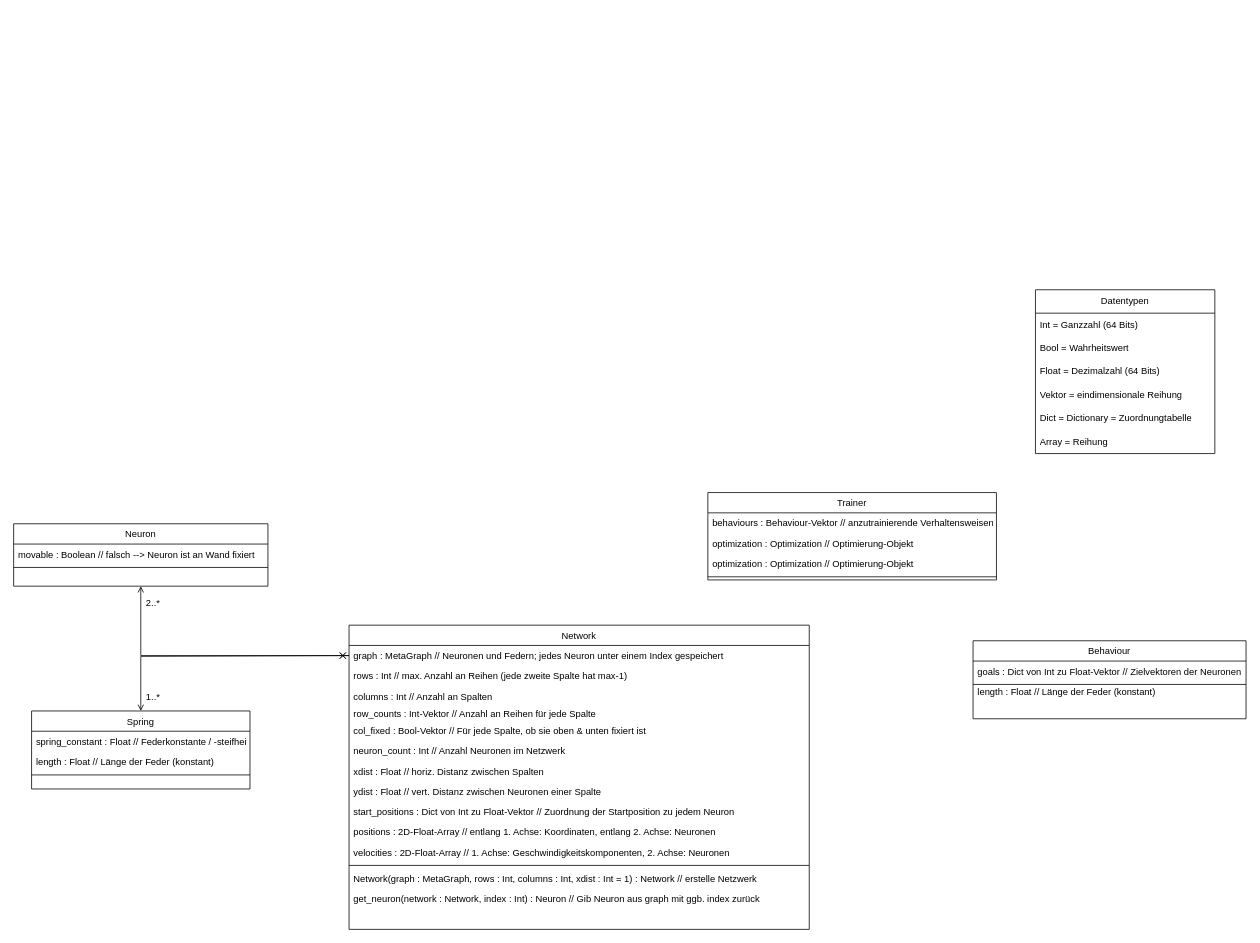
The draw.io diagram page "Page-2" (2 of 2) of projektskizze/bilder/Unbenanntes Diagramm.drawio in Alexander-Reimer/Simulation-of-MNNs, before the edit. Source tidied: cells renumbered, new cells numbered last; positions are measured from the earlier drawing's top-left corner, leaving out a move shared by most shapes. Both pictures are drawn from the tidied source at 78%, with x=0, y=0 at pixel (13, 289).
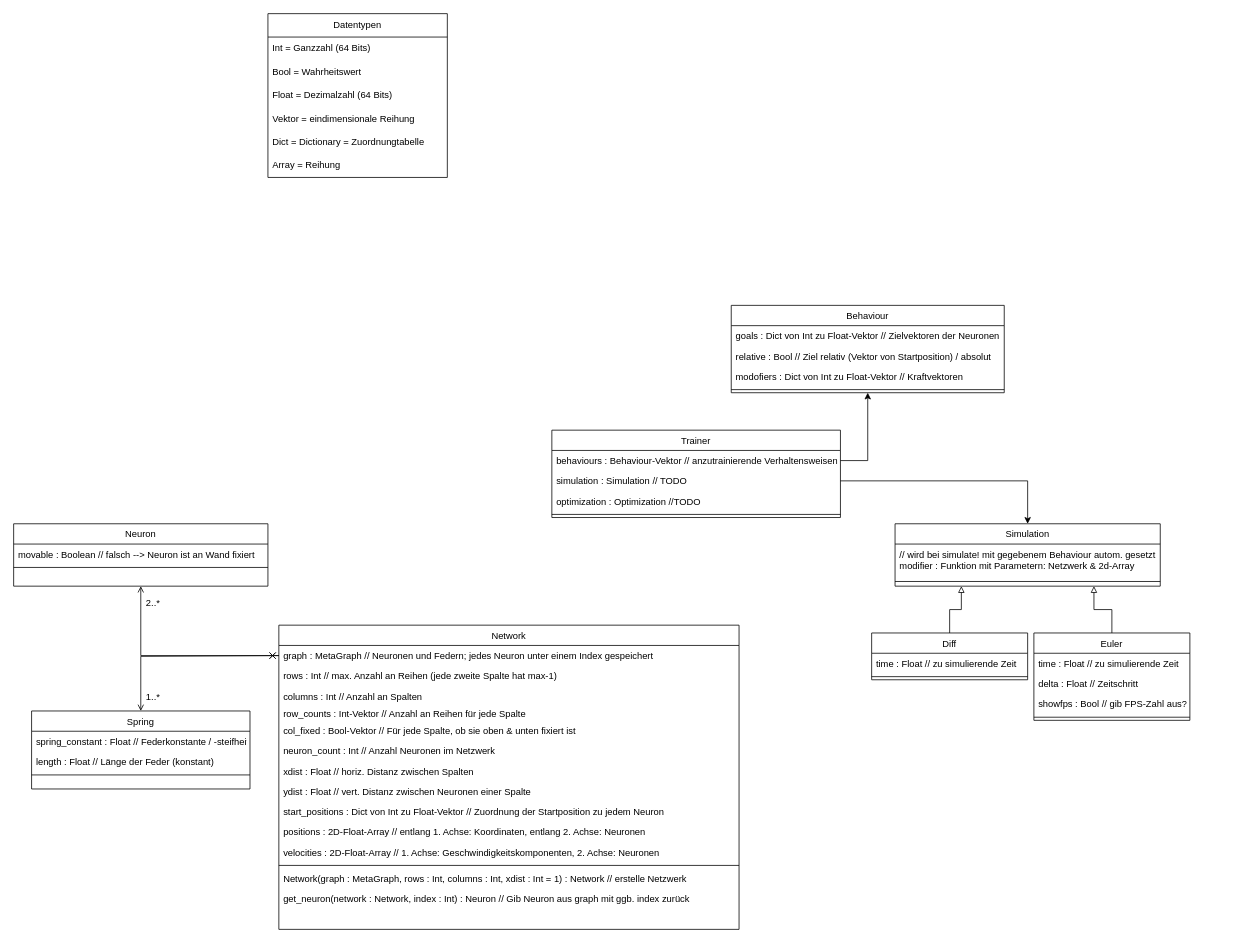
The same diagram, later.

Commit message:
addes imulation

The change refers to these unchanged cells:
```xml
<mxCell id="41" value="behaviours : Behaviour-Vektor // anzutrainierende Verhaltensweisen" style="text;align=left;verticalAlign=top;spacingLeft=4;spacingRight=4;overflow=hidden;points=[[0,0.5],[1,0.5]];portConstraint=eastwest;" parent="40" vertex="1">
  <mxGeometry y="26" width="370" height="26" as="geometry" />
</mxCell>
```

The edit, as a diff of the source:
```diff
@@
     <mxCell id="2" value="Network" style="swimlane;fontStyle=0;align=center;verticalAlign=top;horizontal=1;startSize=26;rounded=0;shadow=0;strokeWidth=1;" parent="1" vertex="1">
-      <mxGeometry x="430" y="430" width="590" height="390" as="geometry" />
+      <mxGeometry x="340" y="430" width="590" height="390" as="geometry" />
     </mxCell>
@@
     <mxCell id="30" value="Datentypen" style="swimlane;fontStyle=0;horizontal=1;startSize=30;whiteSpace=wrap;html=1;" parent="1" vertex="1">
-      <mxGeometry x="1310" width="230" height="210" as="geometry" />
+      <mxGeometry x="326" y="-354" width="230" height="210" as="geometry" />
     </mxCell>
@@
     <mxCell id="37" value="Behaviour" style="swimlane;fontStyle=0;align=center;verticalAlign=top;horizontal=1;startSize=26;rounded=0;shadow=0;strokeWidth=1;" parent="1" vertex="1">
-      <mxGeometry x="1230" y="450" width="350" height="100" as="geometry" />
+      <mxGeometry x="920" y="20" width="350" height="112" as="geometry" />
     </mxCell>
@@
+    <mxCell id="45" value="relative : Bool // Ziel relativ (Vektor von Startposition) / absolut" style="text;align=left;verticalAlign=top;spacingLeft=4;spacingRight=4;overflow=hidden;" parent="37" vertex="1">
+      <mxGeometry y="52" width="350" height="26" as="geometry" />
+    </mxCell>
+    <mxCell id="46" value="modofiers : Dict von Int zu Float-Vektor // Kraftvektoren" style="text;align=left;verticalAlign=top;spacingLeft=4;spacingRight=4;overflow=hidden;" parent="37" vertex="1">
+      <mxGeometry y="78" width="350" height="26" as="geometry" />
+    </mxCell>
     <mxCell id="39" style="line;html=1;strokeWidth=1;align=left;verticalAlign=middle;spacingTop=-1;spacingLeft=3;spacingRight=3;labelPosition=right;" parent="37" vertex="1">
-      <mxGeometry y="52" width="350" height="8" as="geometry" />
+      <mxGeometry y="104" width="350" height="8" as="geometry" />
     </mxCell>
     <mxCell id="40" value="Trainer" style="swimlane;fontStyle=0;align=center;verticalAlign=top;horizontal=1;startSize=26;rounded=0;shadow=0;strokeWidth=1;" parent="1" vertex="1">
-      <mxGeometry x="890" y="260" width="370" height="112" as="geometry" />
+      <mxGeometry x="690" y="180" width="370" height="112" as="geometry" />
     </mxCell>
@@
-    <mxCell id="42" value="optimization : Optimization // Optimierung-Objekt" style="text;align=left;verticalAlign=top;spacingLeft=4;spacingRight=4;overflow=hidden;points=[[0,0.5],[1,0.5]];portConstraint=eastwest;" parent="40" vertex="1">
+    <mxCell id="42" value="simulation : Simulation // TODO" style="text;align=left;verticalAlign=top;spacingLeft=4;spacingRight=4;overflow=hidden;points=[[0,0.5],[1,0.5]];portConstraint=eastwest;" parent="40" vertex="1">
       <mxGeometry y="52" width="370" height="26" as="geometry" />
     </mxCell>
-    <mxCell id="43" value="optimization : Optimization // Optimierung-Objekt" style="text;align=left;verticalAlign=top;spacingLeft=4;spacingRight=4;overflow=hidden;" parent="40" vertex="1">
+    <mxCell id="43" value="optimization : Optimization //TODO" style="text;align=left;verticalAlign=top;spacingLeft=4;spacingRight=4;overflow=hidden;" parent="40" vertex="1">
       <mxGeometry y="78" width="370" height="26" as="geometry" />
     </mxCell>
@@
-    <mxCell id="45" value="length : Float // Länge der Feder (konstant)" style="text;align=left;verticalAlign=top;spacingLeft=4;spacingRight=4;overflow=hidden;" parent="1" vertex="1">
-      <mxGeometry x="1230" y="502" width="280" height="26" as="geometry" />
-    </mxCell>
+    <mxCell id="47" style="edgeStyle=orthogonalEdgeStyle;rounded=0;jettySize=auto;html=1;exitX=1;exitY=0.5;exitDx=0;exitDy=0;" parent="1" edge="1" source="41" target="37">
+      <mxGeometry relative="1" as="geometry" />
+    </mxCell>
+    <mxCell id="48" value="Simulation" style="swimlane;fontStyle=0;align=center;verticalAlign=top;horizontal=1;startSize=26;rounded=0;shadow=0;strokeWidth=1;" parent="1" vertex="1">
+      <mxGeometry x="1130" y="300" width="340" height="80" as="geometry" />
+    </mxCell>
+    <mxCell id="49" value="// wird bei simulate! mit gegebenem Behaviour autom. gesetzt&#10;modifier : Funktion mit Parametern: Netzwerk &amp; 2d-Array " style="text;align=left;verticalAlign=top;spacingLeft=4;spacingRight=4;overflow=hidden;" parent="48" vertex="1">
+      <mxGeometry y="26" width="340" height="44" as="geometry" />
+    </mxCell>
+    <mxCell id="50" style="line;html=1;strokeWidth=1;align=left;verticalAlign=middle;spacingTop=-1;spacingLeft=3;spacingRight=3;labelPosition=right;" parent="48" vertex="1">
+      <mxGeometry y="70" width="340" height="8" as="geometry" />
+    </mxCell>
+    <mxCell id="51" style="edgeStyle=orthogonalEdgeStyle;rounded=0;jettySize=auto;html=1;exitX=0.5;exitY=0;exitDx=0;exitDy=0;entryX=0.25;entryY=1;entryDx=0;entryDy=0;endArrow=block;endFill=0;" parent="1" edge="1" source="52" target="48">
+      <mxGeometry relative="1" as="geometry" />
+    </mxCell>
+    <mxCell id="52" value="Diff" style="swimlane;fontStyle=0;align=center;verticalAlign=top;horizontal=1;startSize=26;rounded=0;shadow=0;strokeWidth=1;" parent="1" vertex="1">
+      <mxGeometry x="1100" y="440" width="200" height="60" as="geometry" />
+    </mxCell>
+    <mxCell id="53" value="time : Float // zu simulierende Zeit" style="text;align=left;verticalAlign=top;spacingLeft=4;spacingRight=4;overflow=hidden;" parent="52" vertex="1">
+      <mxGeometry y="26" width="200" height="26" as="geometry" />
+    </mxCell>
+    <mxCell id="54" style="line;html=1;strokeWidth=1;align=left;verticalAlign=middle;spacingTop=-1;spacingLeft=3;spacingRight=3;labelPosition=right;" parent="52" vertex="1">
+      <mxGeometry y="52" width="200" height="8" as="geometry" />
+    </mxCell>
+    <mxCell id="55" value="Euler" style="swimlane;fontStyle=0;align=center;verticalAlign=top;horizontal=1;startSize=26;rounded=0;shadow=0;strokeWidth=1;" parent="1" vertex="1">
+      <mxGeometry x="1308" y="440" width="200" height="112" as="geometry" />
+    </mxCell>
+    <mxCell id="56" value="time : Float // zu simulierende Zeit" style="text;align=left;verticalAlign=top;spacingLeft=4;spacingRight=4;overflow=hidden;" parent="55" vertex="1">
+      <mxGeometry y="26" width="200" height="26" as="geometry" />
+    </mxCell>
+    <mxCell id="57" value="delta : Float // Zeitschritt" style="text;align=left;verticalAlign=top;spacingLeft=4;spacingRight=4;overflow=hidden;" parent="55" vertex="1">
+      <mxGeometry y="52" width="200" height="26" as="geometry" />
+    </mxCell>
+    <mxCell id="58" value="showfps : Bool // gib FPS-Zahl aus?" style="text;align=left;verticalAlign=top;spacingLeft=4;spacingRight=4;overflow=hidden;" parent="55" vertex="1">
+      <mxGeometry y="78" width="200" height="26" as="geometry" />
+    </mxCell>
+    <mxCell id="59" style="line;html=1;strokeWidth=1;align=left;verticalAlign=middle;spacingTop=-1;spacingLeft=3;spacingRight=3;labelPosition=right;" parent="55" vertex="1">
+      <mxGeometry y="104" width="200" height="8" as="geometry" />
+    </mxCell>
+    <mxCell id="60" style="edgeStyle=orthogonalEdgeStyle;rounded=0;jettySize=auto;html=1;exitX=0.5;exitY=0;exitDx=0;exitDy=0;endArrow=block;endFill=0;entryX=0.75;entryY=1;entryDx=0;entryDy=0;" parent="1" edge="1" source="55" target="48">
+      <mxGeometry relative="1" as="geometry" />
+    </mxCell>
+    <mxCell id="61" style="edgeStyle=orthogonalEdgeStyle;rounded=0;jettySize=auto;html=1;exitX=1;exitY=0.5;exitDx=0;exitDy=0;entryX=0.5;entryY=0;entryDx=0;entryDy=0;" parent="1" edge="1" source="42" target="48">
+      <mxGeometry relative="1" as="geometry" />
+    </mxCell>
```
